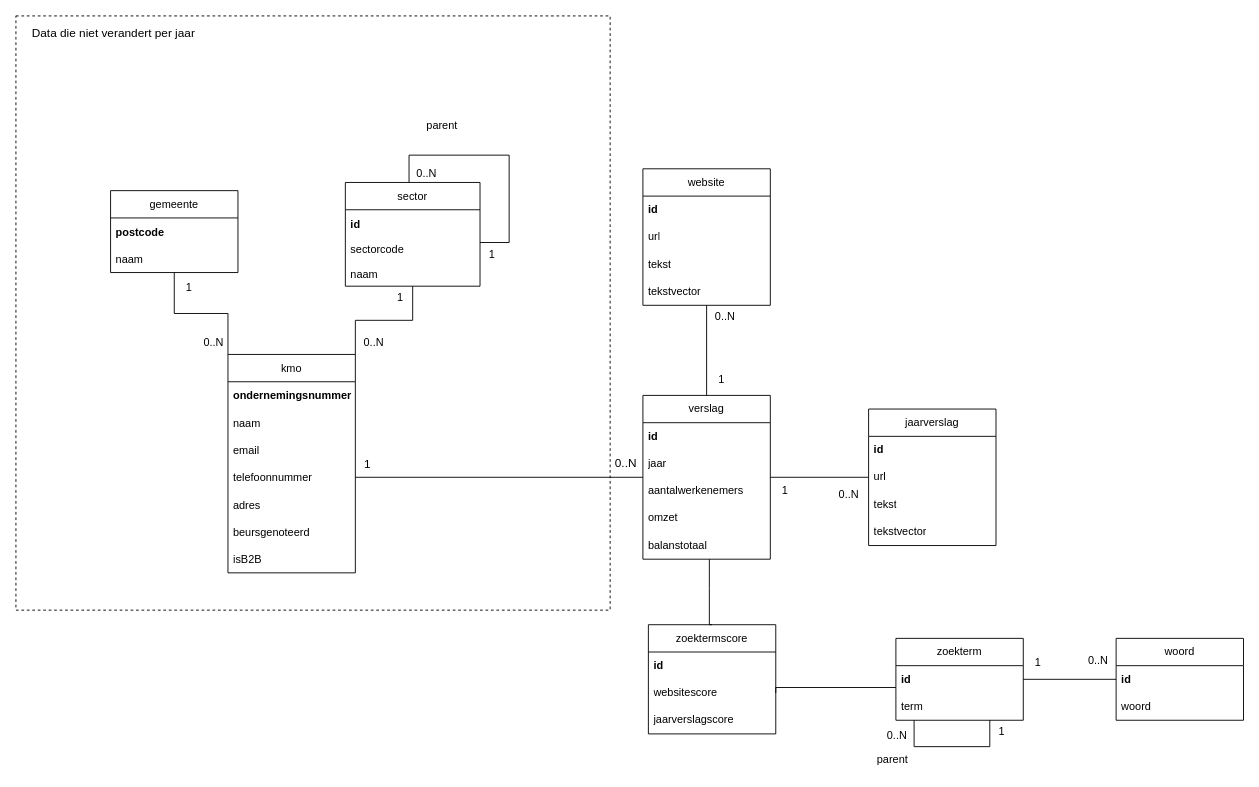
Earlier version of the draw.io diagram Analyse/EERD/EERD - Data Engineering Project 2.drawio (SiebeVCHoGent/DataEngineeringP2). Source tidied: cells renumbered, new cells numbered last; positions are measured from the earlier drawing's top-left corner, leaving out a move shared by most shapes. Both pictures are drawn from the tidied source at 91%, with x=0, y=0 at pixel (15, 15).
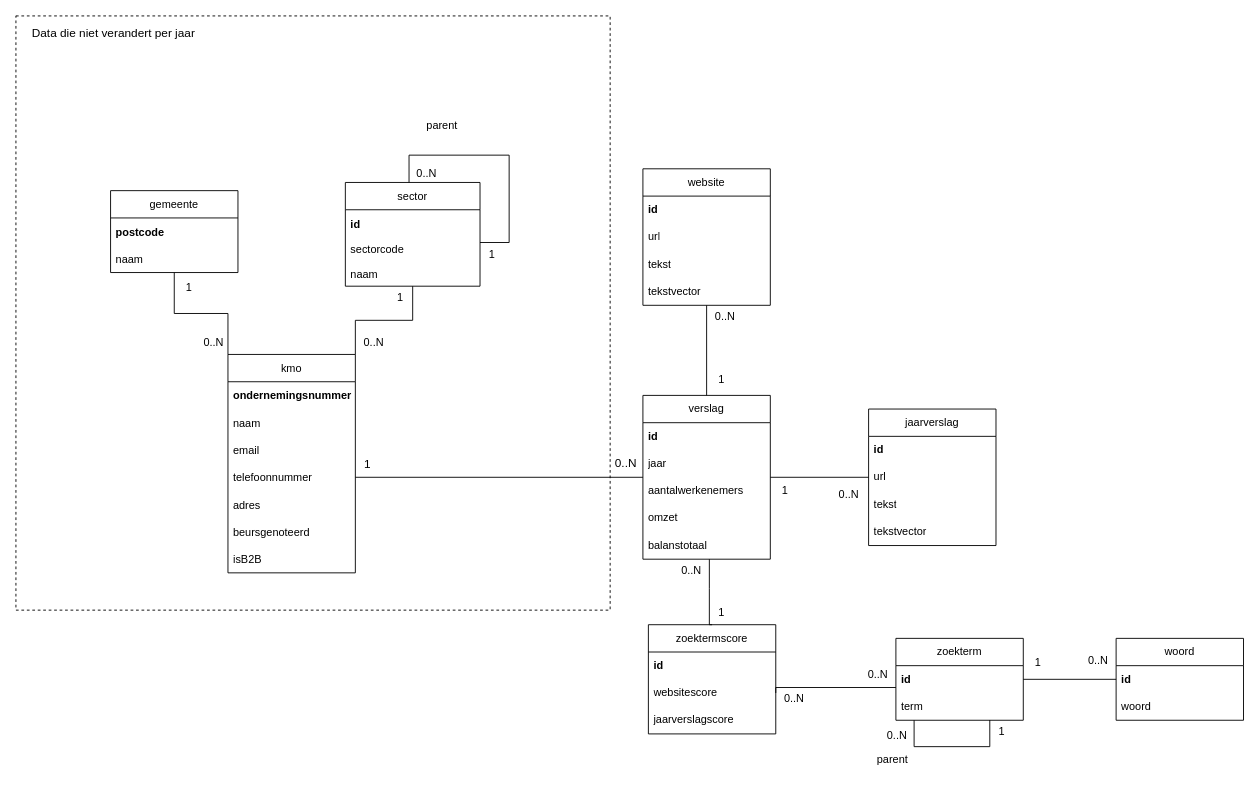
The same diagram, later.

Commit message (it also covers changes not shown here):
EERD updated interchangable data + UCD klein aanpassingen

Change to the diagram source:
```diff
@@
+    <mxCell id="73" value="0..N" style="text;html=1;align=center;verticalAlign=middle;strokeColor=none;fillColor=none;" parent="1" vertex="1">
+      <mxGeometry x="835" y="737" width="40" height="26" as="geometry" />
+    </mxCell>
+    <mxCell id="74" value="1" style="text;html=1;align=center;verticalAlign=middle;strokeColor=none;fillColor=none;" parent="1" vertex="1">
+      <mxGeometry x="762" y="643" width="25" height="26" as="geometry" />
+    </mxCell>
+    <mxCell id="75" value="0..N" style="text;html=1;align=center;verticalAlign=middle;strokeColor=none;fillColor=none;" parent="1" vertex="1">
+      <mxGeometry x="722" y="597" width="40" height="26" as="geometry" />
+    </mxCell>
+    <mxCell id="76" value="0..N" style="text;html=1;align=center;verticalAlign=middle;strokeColor=none;fillColor=none;" parent="1" vertex="1">
+      <mxGeometry x="927" y="711" width="40" height="26" as="geometry" />
+    </mxCell>
```
